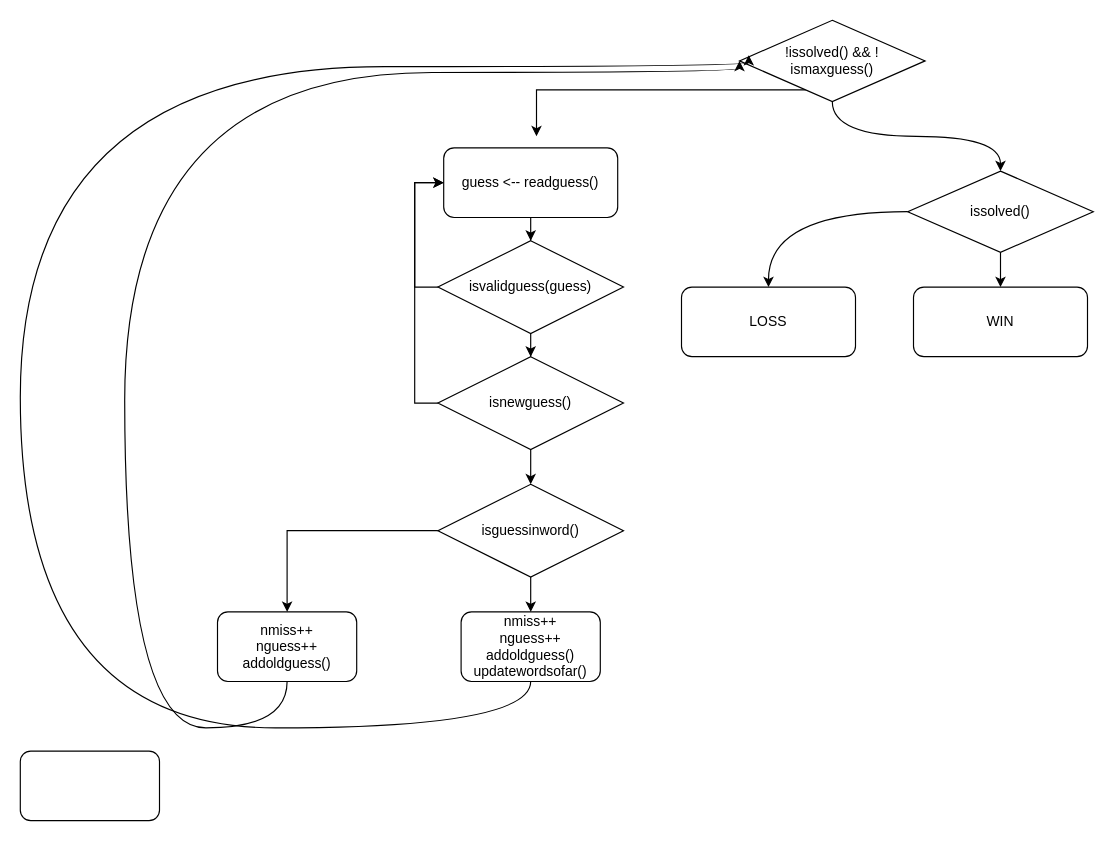
shanirub/cpp-project keeps this draw.io diagram as Untitled Diagram.drawio. Above is the earlier version. Source tidied: cells renumbered, new cells numbered last; positions are measured from the earlier drawing's top-left corner, leaving out a move shared by most shapes. Both pictures are drawn from the tidied source at 116%, with x=0, y=0 at pixel (20, 20).
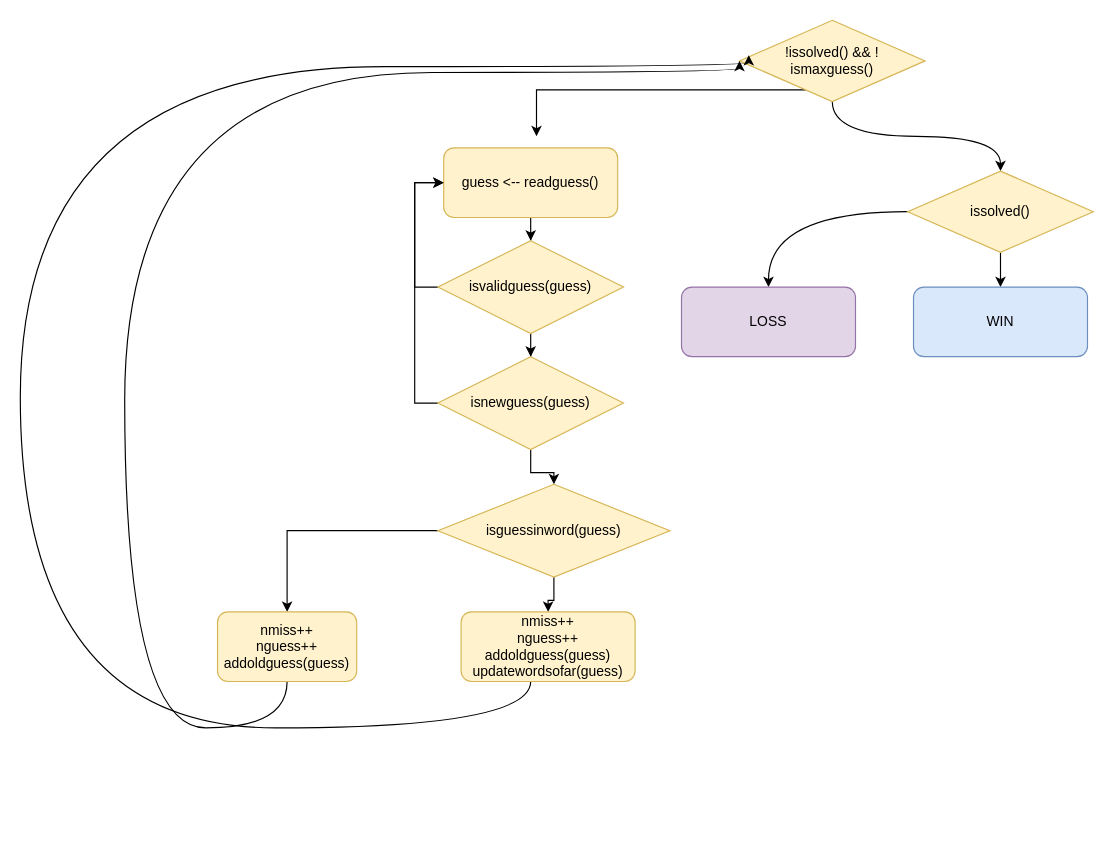
Above is the later version.

Change to the diagram source:
```diff
@@
-    <mxCell id="4" value="&lt;div&gt;!issolved() &amp;amp;&amp;amp; !&lt;/div&gt;&lt;div&gt;ismaxguess()&lt;/div&gt;" style="rhombus;whiteSpace=wrap;html=1;" parent="1" vertex="1">
+    <mxCell id="4" value="&lt;div&gt;!issolved() &amp;amp;&amp;amp; !&lt;/div&gt;&lt;div&gt;ismaxguess()&lt;/div&gt;" style="rhombus;whiteSpace=wrap;html=1;fillColor=#fff2cc;strokeColor=#d6b656;" parent="1" vertex="1">
       <mxGeometry x="620" width="160" height="70" as="geometry" />
     </mxCell>
@@
-    <mxCell id="6" value="&lt;div&gt;guess &amp;lt;-- readguess()&lt;/div&gt;" style="rounded=1;whiteSpace=wrap;html=1;" parent="1" vertex="1">
+    <mxCell id="6" value="&lt;div&gt;guess &amp;lt;-- readguess()&lt;/div&gt;" style="rounded=1;whiteSpace=wrap;html=1;fillColor=#fff2cc;strokeColor=#d6b656;" parent="1" vertex="1">
       <mxGeometry x="365" y="110" width="150" height="60" as="geometry" />
     </mxCell>
@@
-    <mxCell id="9" value="isvalidguess(guess)" style="rhombus;whiteSpace=wrap;html=1;" parent="1" vertex="1">
+    <mxCell id="9" value="isvalidguess(guess)" style="rhombus;whiteSpace=wrap;html=1;fillColor=#fff2cc;strokeColor=#d6b656;" parent="1" vertex="1">
       <mxGeometry x="360" y="190" width="160" height="80" as="geometry" />
     </mxCell>
@@
-    <mxCell id="12" value="isnewguess()" style="rhombus;whiteSpace=wrap;html=1;" parent="1" vertex="1">
+    <mxCell id="12" value="isnewguess(guess)" style="rhombus;whiteSpace=wrap;html=1;fillColor=#fff2cc;strokeColor=#d6b656;" parent="1" vertex="1">
       <mxGeometry x="360" y="290" width="160" height="80" as="geometry" />
     </mxCell>
@@
-    <mxCell id="15" value="isguessinword()" style="rhombus;whiteSpace=wrap;html=1;" parent="1" vertex="1">
-      <mxGeometry x="360" y="400" width="160" height="80" as="geometry" />
+    <mxCell id="15" value="&lt;div&gt;isguessinword(guess)&lt;/div&gt;" style="rhombus;whiteSpace=wrap;html=1;fillColor=#fff2cc;strokeColor=#d6b656;" parent="1" vertex="1">
+      <mxGeometry x="360" y="400" width="200" height="80" as="geometry" />
     </mxCell>
@@
-    <mxCell id="17" value="&lt;div&gt;nmiss++&lt;/div&gt;&lt;div&gt;nguess++&lt;/div&gt;&lt;div&gt;addoldguess()&lt;br&gt;&lt;/div&gt;" style="rounded=1;whiteSpace=wrap;html=1;" parent="1" vertex="1">
+    <mxCell id="17" value="&lt;div&gt;nmiss++&lt;/div&gt;&lt;div&gt;nguess++&lt;/div&gt;&lt;div&gt;addoldguess(guess)&lt;br&gt;&lt;/div&gt;" style="rounded=1;whiteSpace=wrap;html=1;fillColor=#fff2cc;strokeColor=#d6b656;" parent="1" vertex="1">
       <mxGeometry x="170" y="510" width="120" height="60" as="geometry" />
     </mxCell>
@@
-    <mxCell id="19" value="&lt;div&gt;nmiss++&lt;/div&gt;&lt;div&gt;nguess++&lt;/div&gt;&lt;div&gt;addoldguess()&lt;/div&gt;&lt;div&gt;updatewordsofar()&lt;br&gt;&lt;/div&gt;" style="rounded=1;whiteSpace=wrap;html=1;" parent="1" vertex="1">
-      <mxGeometry x="380" y="510" width="120" height="60" as="geometry" />
+    <mxCell id="19" value="&lt;div&gt;nmiss++&lt;/div&gt;&lt;div&gt;nguess++&lt;/div&gt;&lt;div&gt;addoldguess(guess)&lt;/div&gt;&lt;div&gt;updatewordsofar(guess)&lt;br&gt;&lt;/div&gt;" style="rounded=1;whiteSpace=wrap;html=1;fillColor=#fff2cc;strokeColor=#d6b656;" parent="1" vertex="1">
+      <mxGeometry x="380" y="510" width="150" height="60" as="geometry" />
     </mxCell>
@@
-    <mxCell id="22" value="&lt;div&gt;issolved()&lt;br&gt;&lt;/div&gt;" style="rhombus;whiteSpace=wrap;html=1;" parent="1" vertex="1">
+    <mxCell id="22" value="&lt;div&gt;issolved()&lt;br&gt;&lt;/div&gt;" style="rhombus;whiteSpace=wrap;html=1;fillColor=#fff2cc;strokeColor=#d6b656;" parent="1" vertex="1">
       <mxGeometry x="765" y="130" width="160" height="70" as="geometry" />
     </mxCell>
-    <mxCell id="23" style="rounded=1;whiteSpace=wrap;html=1;" parent="1" vertex="1">
-      <mxGeometry y="630" width="120" height="60" as="geometry" />
-    </mxCell>
-    <mxCell id="24" value="LOSS" style="rounded=1;whiteSpace=wrap;html=1;" parent="1" vertex="1">
+    <mxCell id="24" value="LOSS" style="rounded=1;whiteSpace=wrap;html=1;fillColor=#e1d5e7;strokeColor=#9673a6;" parent="1" vertex="1">
       <mxGeometry x="570" y="230" width="150" height="60" as="geometry" />
     </mxCell>
-    <mxCell id="25" value="&lt;div&gt;WIN&lt;/div&gt;" style="rounded=1;whiteSpace=wrap;html=1;" parent="1" vertex="1">
+    <mxCell id="25" value="&lt;div&gt;WIN&lt;/div&gt;" style="rounded=1;whiteSpace=wrap;html=1;fillColor=#dae8fc;strokeColor=#6c8ebf;" parent="1" vertex="1">
       <mxGeometry x="770" y="230" width="150" height="60" as="geometry" />
     </mxCell>
```
